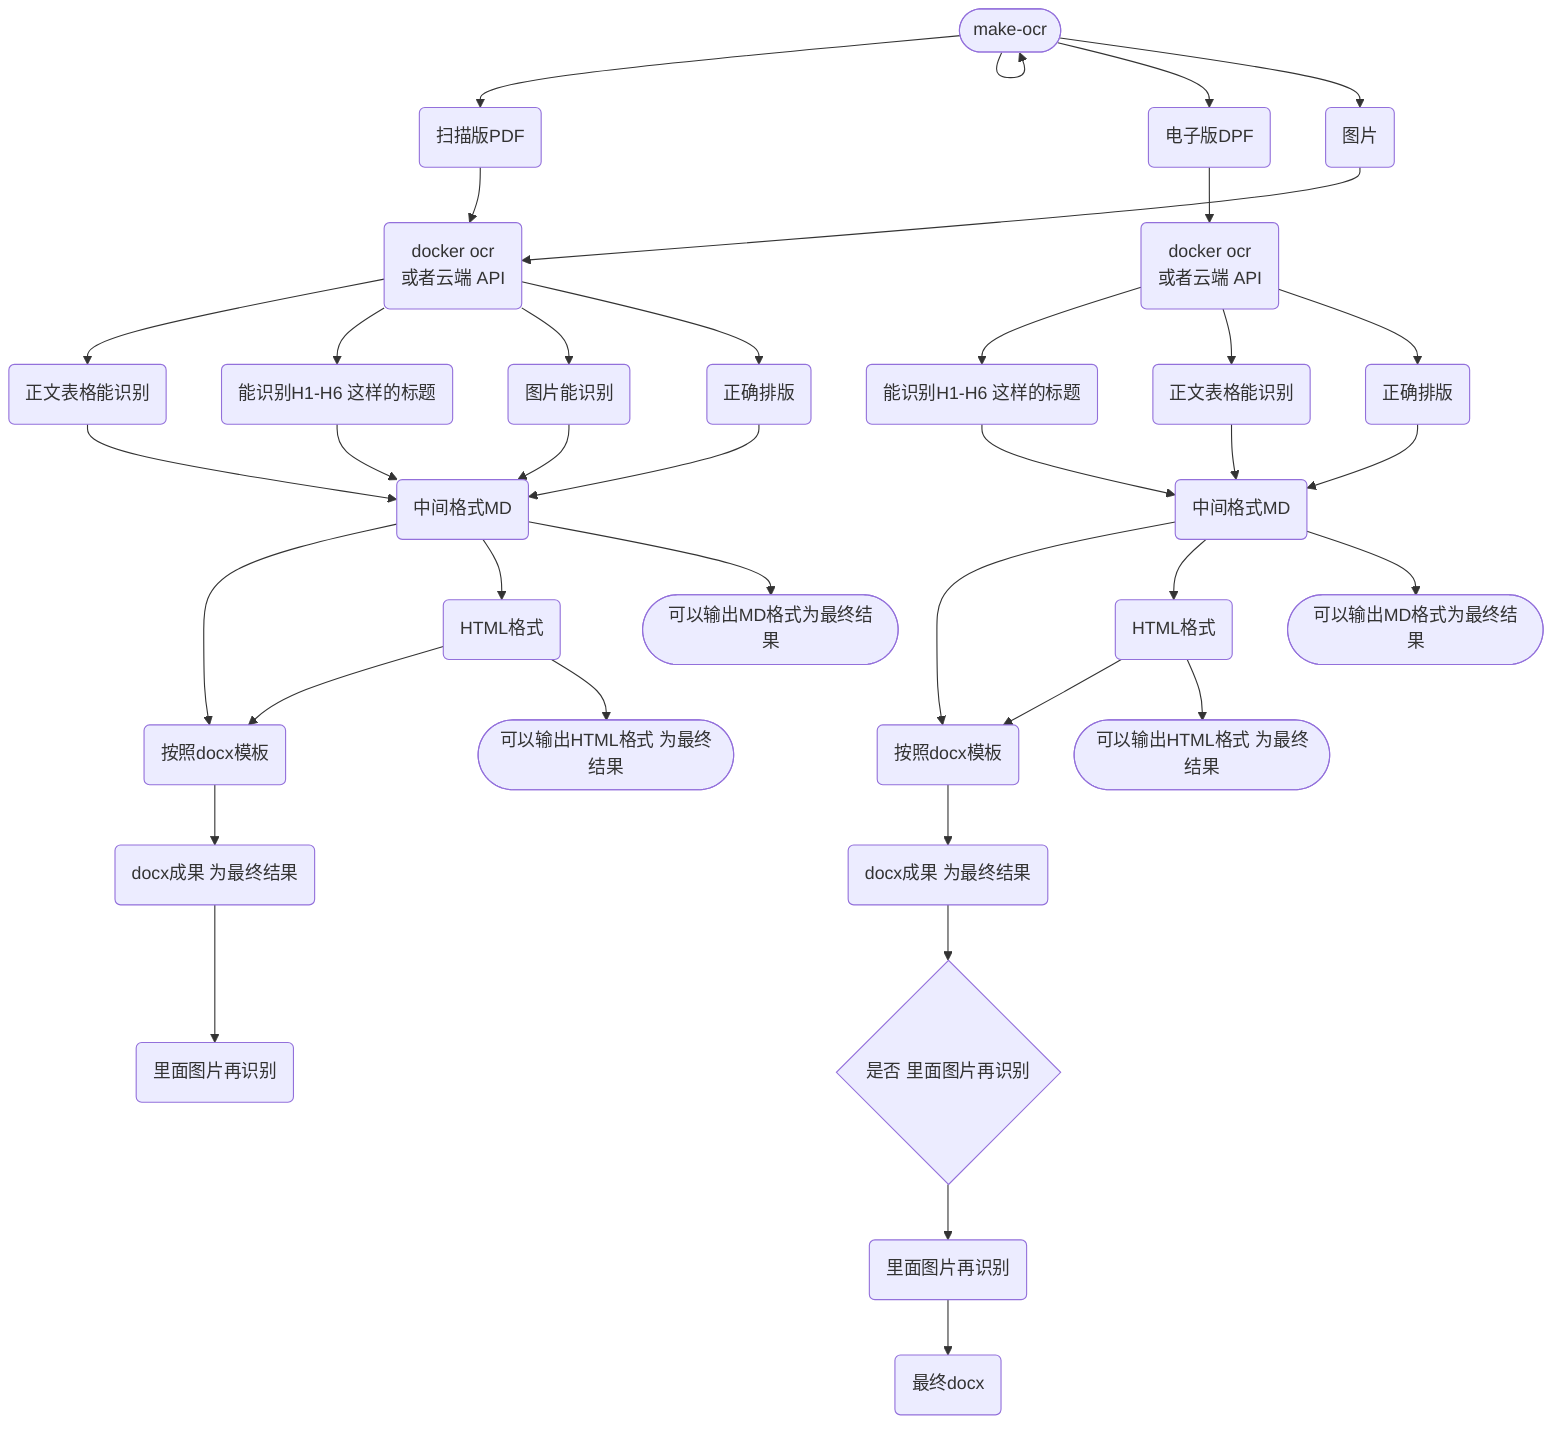
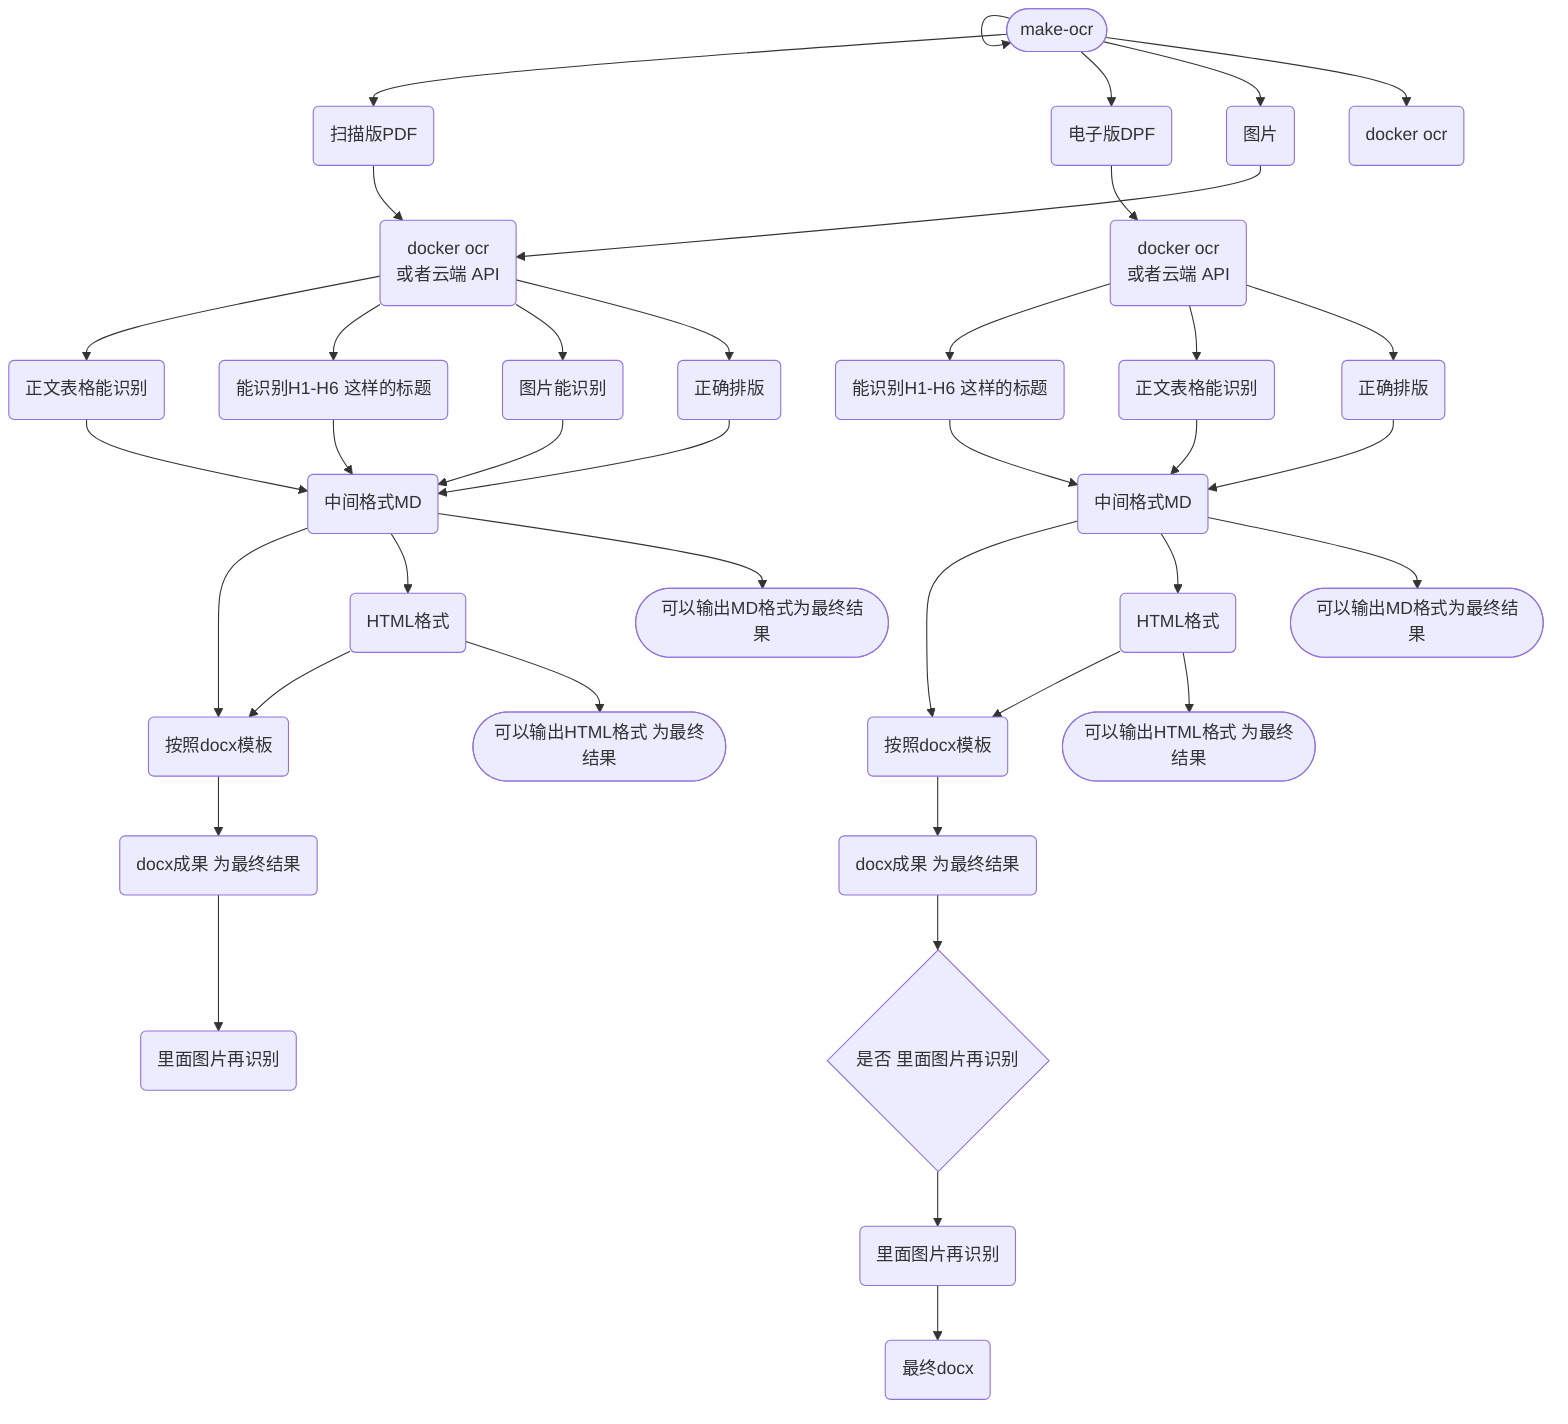
flowchart TD
  n_0(["make-ocr"])
  n_1("扫描版PDF")
  n_2("电子版DPF")
  n_3("docker ocr<br/>或者云端 API")
  n_4("图片")
  n_5("能识别H1-H6 这样的标题")
  n_6("正文表格能识别")
  n_7("图片能识别")
  n_8("按照docx模板")
  n_9("里面图片再识别")
  n_10("docx成果 为最终结果")
  n_11("中间格式MD")
  n_12("HTML格式")
  n_13("docker ocr<br/>或者云端 API")
  n_14("能识别H1-H6 这样的标题")
  n_15("正文表格能识别")
  n_16("按照docx模板")
  n_17("docx成果 为最终结果")
  n_18("中间格式MD")
  n_19("HTML格式")
  n_20("最终docx")
  n_21("里面图片再识别")
  n_22{"是否 里面图片再识别"}
  n_23("正确排版")
  n_24("正确排版")
  n_25(["可以输出MD格式为最终结果"])
  n_26(["可以输出MD格式为最终结果"])
  n_27(["可以输出HTML格式 为最终结果"])
  n_28(["可以输出HTML格式 为最终结果"])
+   n_29("docker ocr")
  n_0 --> n_0
  n_0 --> n_1
  n_0 --> n_2
  n_0 --> n_4
  n_11 --> n_8
  n_11 --> n_12
  n_12 --> n_8
  n_8 --> n_10
  n_10 --> n_9
  n_18 --> n_16
  n_18 --> n_19
  n_19 --> n_16
  n_16 --> n_17
  n_4 --> n_3
  n_1 --> n_3
  n_2 --> n_13
  n_13 --> n_14
  n_13 --> n_15
  n_15 --> n_18
  n_14 --> n_18
  n_7 --> n_11
  n_6 --> n_11
  n_5 --> n_11
  n_3 --> n_6
  n_21 --> n_20
  n_17 --> n_22
  n_22 --> n_21
  n_3 --> n_5
  n_3 --> n_7
  n_3 --> n_23
  n_23 --> n_11
  n_13 --> n_24
  n_24 --> n_18
  n_11 --> n_25
  n_18 --> n_26
  n_12 --> n_27
  n_19 --> n_28
+   n_0 --> n_29
